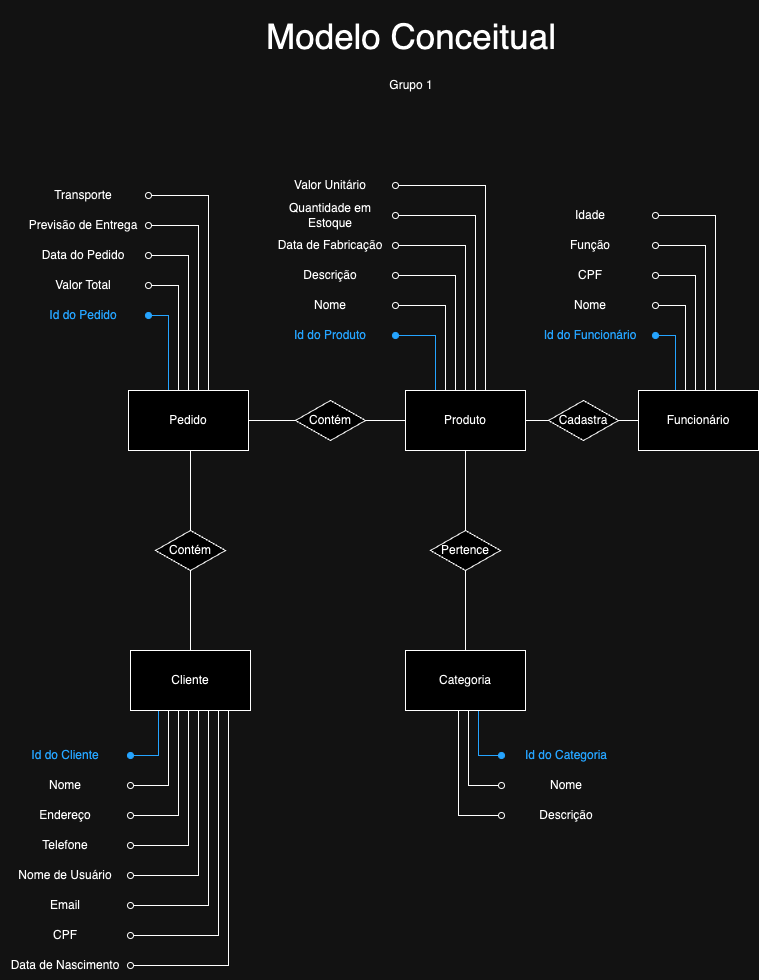
Before: Diagramas/modelo-conceitual.png, a diagram exported from draw.io (rafaelabeber/serratec-BD-g1). Source tidied: cells renumbered, new cells last; positions are measured from the earlier drawing's top-left corner, leaving out a move shared by most shapes. Source of this version:
```xml
<mxGraphModel>
  <root>
    <mxCell id="0" />
    <mxCell id="1" parent="0" />
    <mxCell id="2" style="edgeStyle=orthogonalEdgeStyle;rounded=0;jettySize=auto;html=1;entryX=1;entryY=0.5;entryDx=0;entryDy=0;endArrow=oval;endFill=1;strokeColor=#007FFF;" parent="1" edge="1" source="10" target="64">
      <mxGeometry relative="1" as="geometry">
        <Array as="points">
          <mxPoint x="158" y="755" />
        </Array>
      </mxGeometry>
    </mxCell>
    <mxCell id="3" style="edgeStyle=orthogonalEdgeStyle;rounded=0;jettySize=auto;html=1;entryX=1;entryY=0.5;entryDx=0;entryDy=0;endArrow=oval;endFill=0;" parent="1" edge="1" source="10" target="66">
      <mxGeometry relative="1" as="geometry">
        <Array as="points">
          <mxPoint x="168" y="785" />
        </Array>
      </mxGeometry>
    </mxCell>
    <mxCell id="4" style="edgeStyle=orthogonalEdgeStyle;rounded=0;jettySize=auto;html=1;entryX=1;entryY=0.5;entryDx=0;entryDy=0;endArrow=oval;endFill=0;" parent="1" edge="1" source="10" target="65">
      <mxGeometry relative="1" as="geometry">
        <Array as="points">
          <mxPoint x="178" y="815" />
        </Array>
      </mxGeometry>
    </mxCell>
    <mxCell id="5" style="edgeStyle=orthogonalEdgeStyle;rounded=0;jettySize=auto;html=1;entryX=1;entryY=0.5;entryDx=0;entryDy=0;endArrow=oval;endFill=0;" parent="1" edge="1" source="10" target="63">
      <mxGeometry relative="1" as="geometry">
        <Array as="points">
          <mxPoint x="188" y="845" />
        </Array>
      </mxGeometry>
    </mxCell>
    <mxCell id="6" style="edgeStyle=orthogonalEdgeStyle;rounded=0;jettySize=auto;html=1;entryX=1;entryY=0.5;entryDx=0;entryDy=0;endArrow=oval;endFill=0;" parent="1" edge="1" source="10" target="62">
      <mxGeometry relative="1" as="geometry">
        <Array as="points">
          <mxPoint x="198" y="875" />
        </Array>
      </mxGeometry>
    </mxCell>
    <mxCell id="7" style="edgeStyle=orthogonalEdgeStyle;rounded=0;jettySize=auto;html=1;entryX=1;entryY=0.5;entryDx=0;entryDy=0;endArrow=oval;endFill=0;" parent="1" edge="1" source="10" target="67">
      <mxGeometry relative="1" as="geometry">
        <Array as="points">
          <mxPoint x="208" y="905" />
        </Array>
      </mxGeometry>
    </mxCell>
    <mxCell id="8" style="edgeStyle=orthogonalEdgeStyle;rounded=0;jettySize=auto;html=1;entryX=1;entryY=0.5;entryDx=0;entryDy=0;endArrow=oval;endFill=0;" parent="1" edge="1" source="10" target="68">
      <mxGeometry relative="1" as="geometry">
        <Array as="points">
          <mxPoint x="218" y="935" />
        </Array>
      </mxGeometry>
    </mxCell>
    <mxCell id="9" style="edgeStyle=orthogonalEdgeStyle;rounded=0;jettySize=auto;html=1;entryX=1;entryY=0.5;entryDx=0;entryDy=0;endArrow=oval;endFill=0;" parent="1" edge="1" source="10" target="69">
      <mxGeometry relative="1" as="geometry">
        <Array as="points">
          <mxPoint x="228" y="965" />
        </Array>
      </mxGeometry>
    </mxCell>
    <mxCell id="10" value="Cliente" style="rounded=0;whiteSpace=wrap;html=1;" parent="1" vertex="1">
      <mxGeometry x="130" y="650" width="120" height="60" as="geometry" />
    </mxCell>
    <mxCell id="11" value="&lt;font style=&quot;font-size: 35px;&quot;&gt;Modelo Conceitual&lt;/font&gt;" style="text;html=1;align=center;verticalAlign=middle;whiteSpace=wrap;rounded=0;" parent="1" vertex="1">
      <mxGeometry x="231" width="360" height="71" as="geometry" />
    </mxCell>
    <mxCell id="12" value="Grupo 1" style="text;html=1;align=center;verticalAlign=middle;whiteSpace=wrap;rounded=0;" parent="1" vertex="1">
      <mxGeometry x="274" y="70" width="274" height="30" as="geometry" />
    </mxCell>
    <mxCell id="13" style="edgeStyle=orthogonalEdgeStyle;rounded=0;jettySize=auto;html=1;entryX=1;entryY=0.5;entryDx=0;entryDy=0;endArrow=oval;endFill=1;strokeColor=#007FFF;" parent="1" edge="1" source="18" target="58">
      <mxGeometry relative="1" as="geometry">
        <Array as="points">
          <mxPoint x="675" y="335" />
        </Array>
      </mxGeometry>
    </mxCell>
    <mxCell id="14" style="edgeStyle=orthogonalEdgeStyle;rounded=0;jettySize=auto;html=1;entryX=1;entryY=0.5;entryDx=0;entryDy=0;endArrow=oval;endFill=0;" parent="1" edge="1" source="18" target="56">
      <mxGeometry relative="1" as="geometry">
        <Array as="points">
          <mxPoint x="685" y="305" />
        </Array>
      </mxGeometry>
    </mxCell>
    <mxCell id="15" style="edgeStyle=orthogonalEdgeStyle;rounded=0;jettySize=auto;html=1;entryX=1;entryY=0.5;entryDx=0;entryDy=0;endArrow=oval;endFill=0;" parent="1" edge="1" source="18" target="57">
      <mxGeometry relative="1" as="geometry">
        <Array as="points">
          <mxPoint x="695" y="275" />
        </Array>
      </mxGeometry>
    </mxCell>
    <mxCell id="16" style="edgeStyle=orthogonalEdgeStyle;rounded=0;jettySize=auto;html=1;entryX=1;entryY=0.5;entryDx=0;entryDy=0;endArrow=oval;endFill=0;" parent="1" edge="1" source="18" target="59">
      <mxGeometry relative="1" as="geometry">
        <Array as="points">
          <mxPoint x="705" y="245" />
        </Array>
      </mxGeometry>
    </mxCell>
    <mxCell id="17" style="edgeStyle=orthogonalEdgeStyle;rounded=0;jettySize=auto;html=1;entryX=1;entryY=0.5;entryDx=0;entryDy=0;endArrow=oval;endFill=0;" parent="1" edge="1" source="18" target="60">
      <mxGeometry relative="1" as="geometry">
        <Array as="points">
          <mxPoint x="715" y="215" />
        </Array>
      </mxGeometry>
    </mxCell>
    <mxCell id="18" value="Funcionário" style="rounded=0;whiteSpace=wrap;html=1;" parent="1" vertex="1">
      <mxGeometry x="638" y="390" width="120" height="60" as="geometry" />
    </mxCell>
    <mxCell id="19" style="edgeStyle=orthogonalEdgeStyle;rounded=0;jettySize=auto;html=1;endArrow=none;endFill=0;" parent="1" edge="1" source="41" target="10">
      <mxGeometry relative="1" as="geometry" />
    </mxCell>
    <mxCell id="20" style="edgeStyle=orthogonalEdgeStyle;rounded=0;jettySize=auto;html=1;entryX=1;entryY=0.5;entryDx=0;entryDy=0;endArrow=oval;endFill=1;strokeColor=#007FFF;" parent="1" edge="1" source="25" target="77">
      <mxGeometry relative="1" as="geometry">
        <Array as="points">
          <mxPoint x="168" y="315" />
        </Array>
      </mxGeometry>
    </mxCell>
    <mxCell id="21" style="edgeStyle=orthogonalEdgeStyle;rounded=0;jettySize=auto;html=1;entryX=1;entryY=0.5;entryDx=0;entryDy=0;endArrow=oval;endFill=0;" parent="1" edge="1" source="25" target="75">
      <mxGeometry relative="1" as="geometry">
        <Array as="points">
          <mxPoint x="178" y="285" />
        </Array>
      </mxGeometry>
    </mxCell>
    <mxCell id="22" style="edgeStyle=orthogonalEdgeStyle;rounded=0;jettySize=auto;html=1;entryX=1;entryY=0.5;entryDx=0;entryDy=0;endArrow=oval;endFill=0;" parent="1" edge="1" source="25" target="76">
      <mxGeometry relative="1" as="geometry">
        <Array as="points">
          <mxPoint x="188" y="255" />
        </Array>
      </mxGeometry>
    </mxCell>
    <mxCell id="23" style="edgeStyle=orthogonalEdgeStyle;rounded=0;jettySize=auto;html=1;entryX=1;entryY=0.5;entryDx=0;entryDy=0;endArrow=oval;endFill=0;" parent="1" edge="1" source="25" target="78">
      <mxGeometry relative="1" as="geometry">
        <Array as="points">
          <mxPoint x="208" y="195" />
        </Array>
      </mxGeometry>
    </mxCell>
    <mxCell id="24" style="edgeStyle=orthogonalEdgeStyle;rounded=0;jettySize=auto;html=1;entryX=1;entryY=0.5;entryDx=0;entryDy=0;endArrow=oval;endFill=0;" parent="1" edge="1" source="25" target="79">
      <mxGeometry relative="1" as="geometry">
        <Array as="points">
          <mxPoint x="198" y="225" />
        </Array>
      </mxGeometry>
    </mxCell>
    <mxCell id="25" value="Pedido" style="rounded=0;whiteSpace=wrap;html=1;" parent="1" vertex="1">
      <mxGeometry x="128" y="390" width="120" height="60" as="geometry" />
    </mxCell>
    <mxCell id="26" style="edgeStyle=orthogonalEdgeStyle;rounded=0;jettySize=auto;html=1;endArrow=none;endFill=0;" parent="1" edge="1" source="47" target="25">
      <mxGeometry relative="1" as="geometry" />
    </mxCell>
    <mxCell id="27" style="edgeStyle=orthogonalEdgeStyle;rounded=0;jettySize=auto;html=1;endArrow=none;endFill=0;" parent="1" edge="1" source="45" target="18">
      <mxGeometry relative="1" as="geometry" />
    </mxCell>
    <mxCell id="28" style="edgeStyle=orthogonalEdgeStyle;rounded=0;jettySize=auto;html=1;entryX=1;entryY=0.5;entryDx=0;entryDy=0;endArrow=oval;endFill=1;strokeColor=#007FFF;" parent="1" edge="1" source="34" target="54">
      <mxGeometry relative="1" as="geometry">
        <Array as="points">
          <mxPoint x="435" y="335" />
        </Array>
      </mxGeometry>
    </mxCell>
    <mxCell id="29" style="edgeStyle=orthogonalEdgeStyle;rounded=0;jettySize=auto;html=1;entryX=1;entryY=0.5;entryDx=0;entryDy=0;endArrow=oval;endFill=0;" parent="1" edge="1" source="34" target="49">
      <mxGeometry relative="1" as="geometry">
        <Array as="points">
          <mxPoint x="445" y="305" />
        </Array>
      </mxGeometry>
    </mxCell>
    <mxCell id="30" style="edgeStyle=orthogonalEdgeStyle;rounded=0;jettySize=auto;html=1;entryX=1;entryY=0.5;entryDx=0;entryDy=0;endArrow=oval;endFill=0;" parent="1" edge="1" source="34" target="51">
      <mxGeometry relative="1" as="geometry">
        <Array as="points">
          <mxPoint x="455" y="275" />
        </Array>
      </mxGeometry>
    </mxCell>
    <mxCell id="31" style="edgeStyle=orthogonalEdgeStyle;rounded=0;jettySize=auto;html=1;entryX=1;entryY=0.5;entryDx=0;entryDy=0;endArrow=oval;endFill=0;" parent="1" edge="1" source="34" target="50">
      <mxGeometry relative="1" as="geometry">
        <Array as="points">
          <mxPoint x="465" y="245" />
        </Array>
      </mxGeometry>
    </mxCell>
    <mxCell id="32" style="edgeStyle=orthogonalEdgeStyle;rounded=0;jettySize=auto;html=1;entryX=1;entryY=0.5;entryDx=0;entryDy=0;endArrow=oval;endFill=0;" parent="1" edge="1" source="34" target="52">
      <mxGeometry relative="1" as="geometry">
        <Array as="points">
          <mxPoint x="475" y="215" />
        </Array>
      </mxGeometry>
    </mxCell>
    <mxCell id="33" style="edgeStyle=orthogonalEdgeStyle;rounded=0;jettySize=auto;html=1;entryX=1;entryY=0.5;entryDx=0;entryDy=0;endArrow=oval;endFill=0;" parent="1" edge="1" source="34" target="53">
      <mxGeometry relative="1" as="geometry">
        <Array as="points">
          <mxPoint x="485" y="185" />
        </Array>
      </mxGeometry>
    </mxCell>
    <mxCell id="34" value="Produto" style="rounded=0;whiteSpace=wrap;html=1;" parent="1" vertex="1">
      <mxGeometry x="405" y="390" width="120" height="60" as="geometry" />
    </mxCell>
    <mxCell id="35" style="edgeStyle=orthogonalEdgeStyle;rounded=0;jettySize=auto;html=1;endArrow=none;endFill=0;" parent="1" edge="1" source="43" target="34">
      <mxGeometry relative="1" as="geometry">
        <Array as="points">
          <mxPoint x="465" y="540" />
          <mxPoint x="465" y="540" />
        </Array>
      </mxGeometry>
    </mxCell>
    <mxCell id="36" style="edgeStyle=orthogonalEdgeStyle;rounded=0;jettySize=auto;html=1;entryX=0;entryY=0.5;entryDx=0;entryDy=0;endArrow=oval;endFill=1;strokeColor=#007FFF;" parent="1" edge="1" source="39" target="71">
      <mxGeometry relative="1" as="geometry">
        <Array as="points">
          <mxPoint x="478" y="755" />
        </Array>
      </mxGeometry>
    </mxCell>
    <mxCell id="37" style="edgeStyle=orthogonalEdgeStyle;rounded=0;jettySize=auto;html=1;entryX=0;entryY=0.5;entryDx=0;entryDy=0;endArrow=oval;endFill=0;" parent="1" edge="1" source="39" target="73">
      <mxGeometry relative="1" as="geometry">
        <Array as="points">
          <mxPoint x="468" y="785" />
        </Array>
      </mxGeometry>
    </mxCell>
    <mxCell id="38" style="edgeStyle=orthogonalEdgeStyle;rounded=0;jettySize=auto;html=1;entryX=0;entryY=0.5;entryDx=0;entryDy=0;endArrow=oval;endFill=0;" parent="1" edge="1" source="39" target="72">
      <mxGeometry relative="1" as="geometry">
        <Array as="points">
          <mxPoint x="458" y="815" />
        </Array>
      </mxGeometry>
    </mxCell>
    <mxCell id="39" value="Categoria" style="rounded=0;whiteSpace=wrap;html=1;" parent="1" vertex="1">
      <mxGeometry x="405" y="650" width="120" height="60" as="geometry" />
    </mxCell>
    <mxCell id="40" style="edgeStyle=orthogonalEdgeStyle;rounded=0;jettySize=auto;html=1;endArrow=none;endFill=0;" parent="1" edge="1" source="25" target="41">
      <mxGeometry relative="1" as="geometry">
        <Array as="points">
          <mxPoint x="190" y="480" />
          <mxPoint x="190" y="480" />
        </Array>
      </mxGeometry>
    </mxCell>
    <mxCell id="41" value="Contém" style="shape=rhombus;perimeter=rhombusPerimeter;whiteSpace=wrap;html=1;align=center;" parent="1" vertex="1">
      <mxGeometry x="155" y="530" width="70" height="40" as="geometry" />
    </mxCell>
    <mxCell id="42" style="edgeStyle=orthogonalEdgeStyle;rounded=0;jettySize=auto;html=1;endArrow=none;endFill=0;" parent="1" edge="1" source="39" target="43">
      <mxGeometry relative="1" as="geometry" />
    </mxCell>
    <mxCell id="43" value="Pertence" style="shape=rhombus;perimeter=rhombusPerimeter;whiteSpace=wrap;html=1;align=center;" parent="1" vertex="1">
      <mxGeometry x="430" y="530" width="70" height="40" as="geometry" />
    </mxCell>
    <mxCell id="44" style="edgeStyle=orthogonalEdgeStyle;rounded=0;jettySize=auto;html=1;endArrow=none;endFill=0;" parent="1" edge="1" source="34" target="45">
      <mxGeometry relative="1" as="geometry" />
    </mxCell>
    <mxCell id="45" value="Cadastra" style="shape=rhombus;perimeter=rhombusPerimeter;whiteSpace=wrap;html=1;align=center;" parent="1" vertex="1">
      <mxGeometry x="548" y="400" width="70" height="40" as="geometry" />
    </mxCell>
    <mxCell id="46" style="edgeStyle=orthogonalEdgeStyle;rounded=0;jettySize=auto;html=1;endArrow=none;endFill=0;" parent="1" edge="1" source="34" target="47">
      <mxGeometry relative="1" as="geometry" />
    </mxCell>
    <mxCell id="47" value="Contém" style="shape=rhombus;perimeter=rhombusPerimeter;whiteSpace=wrap;html=1;align=center;" parent="1" vertex="1">
      <mxGeometry x="295" y="400" width="70" height="40" as="geometry" />
    </mxCell>
    <mxCell id="48" style="group;" parent="1" vertex="1">
      <mxGeometry x="265" y="170" width="130" height="180" as="geometry" />
    </mxCell>
    <mxCell id="49" value="Nome" style="text;html=1;align=center;verticalAlign=middle;whiteSpace=wrap;rounded=0;" parent="48" vertex="1">
      <mxGeometry y="120" width="130" height="30" as="geometry" />
    </mxCell>
    <mxCell id="50" value="Data de Fabricação" style="text;html=1;align=center;verticalAlign=middle;whiteSpace=wrap;rounded=0;" parent="48" vertex="1">
      <mxGeometry y="60" width="130" height="30" as="geometry" />
    </mxCell>
    <mxCell id="51" value="Descrição" style="text;html=1;align=center;verticalAlign=middle;whiteSpace=wrap;rounded=0;" parent="48" vertex="1">
      <mxGeometry y="90" width="130" height="30" as="geometry" />
    </mxCell>
    <mxCell id="52" value="Quantidade em Estoque" style="text;html=1;align=center;verticalAlign=middle;whiteSpace=wrap;rounded=0;" parent="48" vertex="1">
      <mxGeometry y="30" width="130" height="30" as="geometry" />
    </mxCell>
    <mxCell id="53" value="Valor Unitário" style="text;html=1;align=center;verticalAlign=middle;whiteSpace=wrap;rounded=0;" parent="48" vertex="1">
      <mxGeometry width="130" height="30" as="geometry" />
    </mxCell>
    <mxCell id="54" value="&lt;font color=&quot;#007fff&quot;&gt;Id do Produto&lt;/font&gt;" style="text;html=1;align=center;verticalAlign=middle;whiteSpace=wrap;rounded=0;" parent="48" vertex="1">
      <mxGeometry y="150" width="130" height="30" as="geometry" />
    </mxCell>
    <mxCell id="55" style="group;" parent="1" vertex="1">
      <mxGeometry x="525" y="200" width="130" height="150" as="geometry" />
    </mxCell>
    <mxCell id="56" value="Nome" style="text;html=1;align=center;verticalAlign=middle;whiteSpace=wrap;rounded=0;" parent="55" vertex="1">
      <mxGeometry y="90" width="130" height="30" as="geometry" />
    </mxCell>
    <mxCell id="57" value="CPF" style="text;html=1;align=center;verticalAlign=middle;whiteSpace=wrap;rounded=0;" parent="55" vertex="1">
      <mxGeometry y="60" width="130" height="30" as="geometry" />
    </mxCell>
    <mxCell id="58" value="&lt;font color=&quot;#007fff&quot;&gt;Id do Funcionário&lt;/font&gt;" style="text;html=1;align=center;verticalAlign=middle;whiteSpace=wrap;rounded=0;" parent="55" vertex="1">
      <mxGeometry y="120" width="130" height="30" as="geometry" />
    </mxCell>
    <mxCell id="59" value="Função" style="text;html=1;align=center;verticalAlign=middle;whiteSpace=wrap;rounded=0;" parent="55" vertex="1">
      <mxGeometry y="30" width="130" height="30" as="geometry" />
    </mxCell>
    <mxCell id="60" value="Idade" style="text;html=1;align=center;verticalAlign=middle;whiteSpace=wrap;rounded=0;" parent="55" vertex="1">
      <mxGeometry width="130" height="30" as="geometry" />
    </mxCell>
    <mxCell id="61" style="group;" parent="1" vertex="1">
      <mxGeometry y="740" width="130" height="240" as="geometry" />
    </mxCell>
    <mxCell id="62" value="Nome de Usuário" style="text;html=1;align=center;verticalAlign=middle;whiteSpace=wrap;rounded=0;" parent="61" vertex="1">
      <mxGeometry y="120" width="130" height="30" as="geometry" />
    </mxCell>
    <mxCell id="63" value="Telefone" style="text;html=1;align=center;verticalAlign=middle;whiteSpace=wrap;rounded=0;" parent="61" vertex="1">
      <mxGeometry y="90" width="130" height="30" as="geometry" />
    </mxCell>
    <mxCell id="64" value="&lt;font color=&quot;#007fff&quot;&gt;Id do Cliente&lt;/font&gt;" style="text;html=1;align=center;verticalAlign=middle;whiteSpace=wrap;rounded=0;" parent="61" vertex="1">
      <mxGeometry width="130" height="30" as="geometry" />
    </mxCell>
    <mxCell id="65" value="Endereço" style="text;html=1;align=center;verticalAlign=middle;whiteSpace=wrap;rounded=0;" parent="61" vertex="1">
      <mxGeometry y="60" width="130" height="30" as="geometry" />
    </mxCell>
    <mxCell id="66" value="Nome" style="text;html=1;align=center;verticalAlign=middle;whiteSpace=wrap;rounded=0;" parent="61" vertex="1">
      <mxGeometry y="30" width="130" height="30" as="geometry" />
    </mxCell>
    <mxCell id="67" value="Email" style="text;html=1;align=center;verticalAlign=middle;whiteSpace=wrap;rounded=0;" parent="61" vertex="1">
      <mxGeometry y="150" width="130" height="30" as="geometry" />
    </mxCell>
    <mxCell id="68" value="CPF" style="text;html=1;align=center;verticalAlign=middle;whiteSpace=wrap;rounded=0;" parent="61" vertex="1">
      <mxGeometry y="180" width="130" height="30" as="geometry" />
    </mxCell>
    <mxCell id="69" value="Data de Nascimento" style="text;html=1;align=center;verticalAlign=middle;whiteSpace=wrap;rounded=0;" parent="61" vertex="1">
      <mxGeometry y="210" width="130" height="30" as="geometry" />
    </mxCell>
    <mxCell id="70" style="group;" parent="1" vertex="1">
      <mxGeometry x="501" y="740" width="130" height="90" as="geometry" />
    </mxCell>
    <mxCell id="71" value="&lt;font color=&quot;#007fff&quot;&gt;Id do Categoria&lt;/font&gt;" style="text;html=1;align=center;verticalAlign=middle;whiteSpace=wrap;rounded=0;" parent="70" vertex="1">
      <mxGeometry width="130" height="30" as="geometry" />
    </mxCell>
    <mxCell id="72" value="Descrição" style="text;html=1;align=center;verticalAlign=middle;whiteSpace=wrap;rounded=0;" parent="70" vertex="1">
      <mxGeometry y="60" width="130" height="30" as="geometry" />
    </mxCell>
    <mxCell id="73" value="Nome" style="text;html=1;align=center;verticalAlign=middle;whiteSpace=wrap;rounded=0;" parent="70" vertex="1">
      <mxGeometry y="30" width="130" height="30" as="geometry" />
    </mxCell>
    <mxCell id="74" style="group;" parent="1" vertex="1">
      <mxGeometry x="18" y="180" width="130" height="150" as="geometry" />
    </mxCell>
    <mxCell id="75" value="Valor Total" style="text;html=1;align=center;verticalAlign=middle;whiteSpace=wrap;rounded=0;" parent="74" vertex="1">
      <mxGeometry y="90" width="130" height="30" as="geometry" />
    </mxCell>
    <mxCell id="76" value="Data do Pedido" style="text;html=1;align=center;verticalAlign=middle;whiteSpace=wrap;rounded=0;" parent="74" vertex="1">
      <mxGeometry y="60" width="130" height="30" as="geometry" />
    </mxCell>
    <mxCell id="77" value="&lt;font color=&quot;#007fff&quot;&gt;Id do Pedido&lt;/font&gt;" style="text;html=1;align=center;verticalAlign=middle;whiteSpace=wrap;rounded=0;" parent="74" vertex="1">
      <mxGeometry y="120" width="130" height="30" as="geometry" />
    </mxCell>
    <mxCell id="78" value="Transporte" style="text;html=1;align=center;verticalAlign=middle;whiteSpace=wrap;rounded=0;" parent="74" vertex="1">
      <mxGeometry width="130" height="30" as="geometry" />
    </mxCell>
    <mxCell id="79" value="Previsão de Entrega" style="text;html=1;align=center;verticalAlign=middle;whiteSpace=wrap;rounded=0;" parent="74" vertex="1">
      <mxGeometry y="30" width="130" height="30" as="geometry" />
    </mxCell>
  </root>
</mxGraphModel>
```
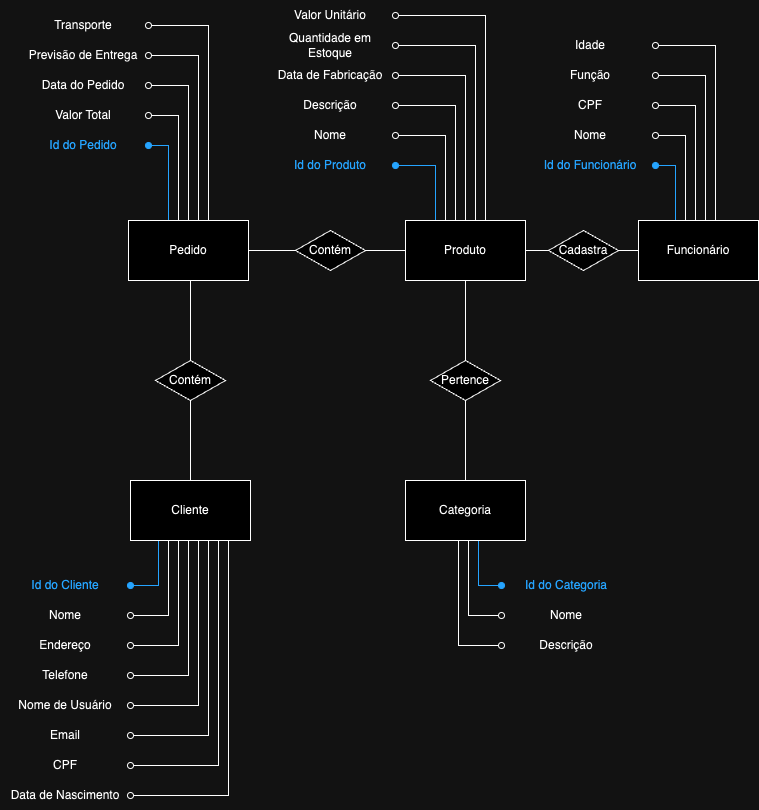
Above is the later version.

What changed in the source:
```diff
@@ -61,12 +61,6 @@
     <mxCell id="10" value="Cliente" style="rounded=0;whiteSpace=wrap;html=1;" parent="1" vertex="1">
       <mxGeometry x="130" y="650" width="120" height="60" as="geometry" />
     </mxCell>
-    <mxCell id="11" value="&lt;font style=&quot;font-size: 35px;&quot;&gt;Modelo Conceitual&lt;/font&gt;" style="text;html=1;align=center;verticalAlign=middle;whiteSpace=wrap;rounded=0;" parent="1" vertex="1">
-      <mxGeometry x="231" width="360" height="71" as="geometry" />
-    </mxCell>
-    <mxCell id="12" value="Grupo 1" style="text;html=1;align=center;verticalAlign=middle;whiteSpace=wrap;rounded=0;" parent="1" vertex="1">
-      <mxGeometry x="274" y="70" width="274" height="30" as="geometry" />
-    </mxCell>
     <mxCell id="13" style="edgeStyle=orthogonalEdgeStyle;rounded=0;jettySize=auto;html=1;entryX=1;entryY=0.5;entryDx=0;entryDy=0;endArrow=oval;endFill=1;strokeColor=#007FFF;" parent="1" edge="1" source="18" target="58">
       <mxGeometry relative="1" as="geometry">
         <Array as="points">
```
